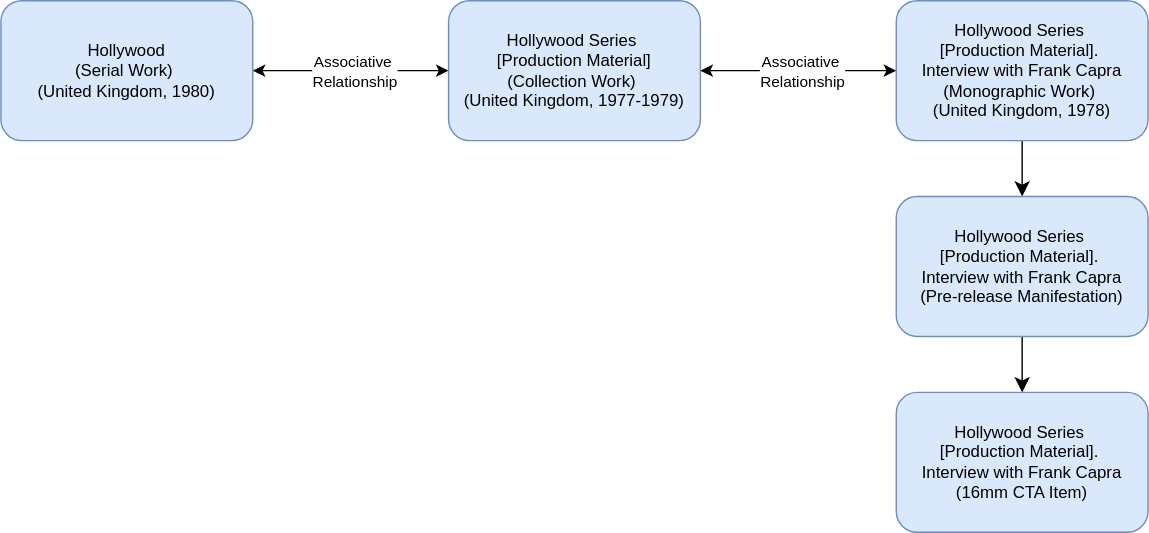
Before: markdown/diagrams/title_type_06.drawio.svg, a diagram exported from draw.io (FIAF/fiaf-cataloguing-manual). Source tidied: cells renumbered, new cells last; positions are measured from the earlier drawing's top-left corner, leaving out a move shared by most shapes.
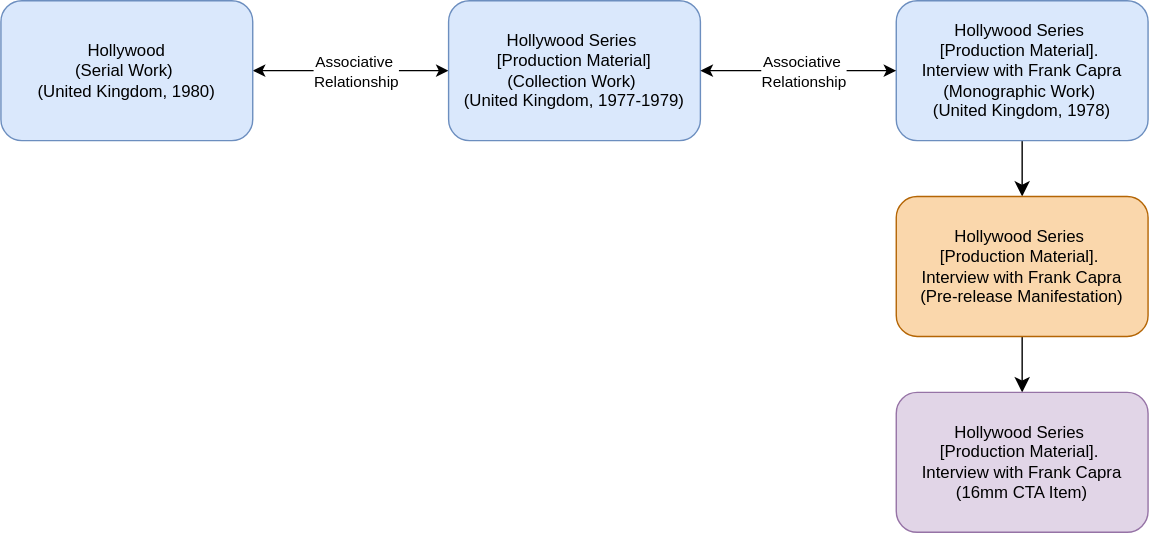
The same diagram one commit later.

Change to the diagram source:
```diff
@@ -2,40 +2,90 @@
   <root>
     <mxCell id="0" />
     <mxCell id="1" parent="0" />
+    <mxCell id="17" style="edgeStyle=orthogonalEdgeStyle;rounded=0;orthogonalLoop=1;jettySize=auto;html=1;exitX=0.5;exitY=1;exitDx=0;exitDy=0;entryX=0.5;entryY=0;entryDx=0;entryDy=0;fontSize=12;startSize=8;endSize=8;" parent="1" edge="1">
+      <mxGeometry relative="1" as="geometry">
+        <mxPoint x="710" y="420" as="targetPoint" />
+      </mxGeometry>
+    </mxCell>
+    <mxCell id="18" style="edgeStyle=orthogonalEdgeStyle;rounded=0;orthogonalLoop=1;jettySize=auto;html=1;exitX=0.5;exitY=1;exitDx=0;exitDy=0;entryX=0.5;entryY=0;entryDx=0;entryDy=0;fontSize=12;startSize=8;endSize=8;" parent="1" edge="1">
+      <mxGeometry relative="1" as="geometry">
+        <mxPoint x="890" y="420" as="targetPoint" />
+      </mxGeometry>
+    </mxCell>
+    <mxCell id="19" style="edgeStyle=none;curved=1;rounded=0;orthogonalLoop=1;jettySize=auto;html=1;exitX=0.5;exitY=1;exitDx=0;exitDy=0;entryX=0.5;entryY=0;entryDx=0;entryDy=0;fontSize=12;startSize=8;endSize=8;" parent="1" edge="1">
+      <mxGeometry relative="1" as="geometry">
+        <mxPoint x="530" y="380" as="sourcePoint" />
+      </mxGeometry>
+    </mxCell>
+    <mxCell id="20" style="edgeStyle=orthogonalEdgeStyle;rounded=0;orthogonalLoop=1;jettySize=auto;html=1;exitX=0.5;exitY=1;exitDx=0;exitDy=0;entryX=0.5;entryY=0;entryDx=0;entryDy=0;fontSize=12;startSize=8;endSize=8;" parent="1" edge="1">
+      <mxGeometry relative="1" as="geometry">
+        <mxPoint x="710" y="420" as="targetPoint" />
+      </mxGeometry>
+    </mxCell>
+    <mxCell id="21" style="edgeStyle=orthogonalEdgeStyle;rounded=0;orthogonalLoop=1;jettySize=auto;html=1;exitX=0.5;exitY=1;exitDx=0;exitDy=0;entryX=0.5;entryY=0;entryDx=0;entryDy=0;fontSize=12;startSize=8;endSize=8;" parent="1" edge="1">
+      <mxGeometry relative="1" as="geometry">
+        <mxPoint x="890" y="420" as="targetPoint" />
+      </mxGeometry>
+    </mxCell>
+    <mxCell id="22" style="edgeStyle=none;curved=1;rounded=0;orthogonalLoop=1;jettySize=auto;html=1;exitX=0.5;exitY=1;exitDx=0;exitDy=0;entryX=0.5;entryY=0;entryDx=0;entryDy=0;fontSize=12;startSize=8;endSize=8;" parent="1" edge="1">
+      <mxGeometry relative="1" as="geometry">
+        <mxPoint x="530" y="380" as="sourcePoint" />
+      </mxGeometry>
+    </mxCell>
+    <mxCell id="23" style="edgeStyle=orthogonalEdgeStyle;rounded=0;orthogonalLoop=1;jettySize=auto;html=1;exitX=0.25;exitY=1;exitDx=0;exitDy=0;entryX=0.5;entryY=0;entryDx=0;entryDy=0;fontSize=12;startSize=8;endSize=8;" parent="1" edge="1">
+      <mxGeometry relative="1" as="geometry">
+        <mxPoint x="359" y="230" as="sourcePoint" />
+      </mxGeometry>
+    </mxCell>
+    <mxCell id="24" style="edgeStyle=orthogonalEdgeStyle;rounded=0;orthogonalLoop=1;jettySize=auto;html=1;exitX=0.75;exitY=1;exitDx=0;exitDy=0;entryX=0.5;entryY=0;entryDx=0;entryDy=0;fontSize=12;startSize=8;endSize=8;" parent="1" edge="1">
+      <mxGeometry relative="1" as="geometry">
+        <mxPoint x="439" y="230" as="sourcePoint" />
+      </mxGeometry>
+    </mxCell>
+    <mxCell id="25" style="edgeStyle=none;curved=1;rounded=0;orthogonalLoop=1;jettySize=auto;html=1;exitX=0.5;exitY=1;exitDx=0;exitDy=0;fontSize=12;startSize=8;endSize=8;" parent="1" edge="1">
+      <mxGeometry relative="1" as="geometry">
+        <mxPoint x="669" y="230" as="sourcePoint" />
+      </mxGeometry>
+    </mxCell>
+    <mxCell id="26" style="edgeStyle=none;curved=1;rounded=0;orthogonalLoop=1;jettySize=auto;html=1;exitX=0.5;exitY=1;exitDx=0;exitDy=0;entryX=0.5;entryY=0;entryDx=0;entryDy=0;fontSize=12;startSize=8;endSize=8;" parent="1" edge="1">
+      <mxGeometry relative="1" as="geometry">
+        <mxPoint x="129" y="230" as="sourcePoint" />
+      </mxGeometry>
+    </mxCell>
     <mxCell id="2" style="edgeStyle=orthogonalEdgeStyle;rounded=0;jettySize=auto;html=1;exitX=1;exitY=0.5;exitDx=0;exitDy=0;entryX=0;entryY=0.5;entryDx=0;entryDy=0;startArrow=classic;startFill=1;spacingLeft=2;" parent="1" edge="1" source="4" target="5">
       <mxGeometry relative="1" as="geometry" />
     </mxCell>
-    <mxCell id="3" value="&lt;div&gt;Associative&amp;nbsp;&lt;/div&gt;&lt;div&gt;Relationship&lt;/div&gt;" style="edgeLabel;html=1;align=center;verticalAlign=middle;" parent="2" vertex="1">
-      <mxGeometry x="-0.16" y="1" relative="1" as="geometry">
-        <mxPoint x="14" y="1" as="offset" />
-      </mxGeometry>
-    </mxCell>
+    <mxCell id="27" value="&lt;div&gt;Associative&amp;nbsp;&lt;/div&gt;&lt;div&gt;Relationship&lt;/div&gt;" style="edgeLabel;html=1;align=center;verticalAlign=middle;" parent="2" vertex="1">
+      <mxGeometry x="-0.16" y="1" relative="1" as="geometry">
+        <mxPoint x="14" y="1" as="offset" />
+      </mxGeometry>
+    </mxCell>
     <mxCell id="4" value="Hollywood&lt;br&gt;&lt;div&gt;(Serial Work)&amp;nbsp;&lt;/div&gt;&lt;div&gt;(United Kingdom, 1980)&lt;/div&gt;" style="rounded=1;whiteSpace=wrap;html=1;fillColor=#dae8fc;strokeColor=#6c8ebf;" parent="1" vertex="1">
       <mxGeometry width="180" height="100" as="geometry" />
     </mxCell>
     <mxCell id="5" value="&lt;div&gt;Hollywood Series&amp;nbsp;&lt;/div&gt;&lt;div&gt;[Production Material]&lt;/div&gt;&lt;div&gt;(Collection Work)&amp;nbsp;&lt;/div&gt;&lt;div&gt;(United Kingdom, 1977-1979)&lt;/div&gt;" style="rounded=1;whiteSpace=wrap;html=1;fillColor=#dae8fc;strokeColor=#6c8ebf;" parent="1" vertex="1">
       <mxGeometry x="320" width="180" height="100" as="geometry" />
     </mxCell>
-    <mxCell id="6" style="edgeStyle=orthogonalEdgeStyle;rounded=0;jettySize=auto;html=1;exitX=0.25;exitY=1;exitDx=0;exitDy=0;entryX=0.5;entryY=0;entryDx=0;entryDy=0;fontSize=12;startSize=8;endSize=8;" parent="1" edge="1" target="x">
-      <mxGeometry relative="1" as="geometry">
-        <mxPoint x="360" y="230" as="sourcePoint" />
-      </mxGeometry>
-    </mxCell>
-    <mxCell id="7" style="edgeStyle=orthogonalEdgeStyle;rounded=0;jettySize=auto;html=1;exitX=0.75;exitY=1;exitDx=0;exitDy=0;entryX=0.5;entryY=0;entryDx=0;entryDy=0;fontSize=12;startSize=8;endSize=8;" parent="1" edge="1" target="x">
-      <mxGeometry relative="1" as="geometry">
-        <mxPoint x="440" y="230" as="sourcePoint" />
-      </mxGeometry>
-    </mxCell>
-    <mxCell id="8" style="edgeStyle=none;curved=1;rounded=0;jettySize=auto;html=1;exitX=0.5;exitY=1;exitDx=0;exitDy=0;fontSize=12;startSize=8;endSize=8;" parent="1" edge="1" target="x">
-      <mxGeometry relative="1" as="geometry">
-        <mxPoint x="670" y="230" as="sourcePoint" />
-      </mxGeometry>
-    </mxCell>
-    <mxCell id="9" style="edgeStyle=none;curved=1;rounded=0;jettySize=auto;html=1;exitX=0.5;exitY=1;exitDx=0;exitDy=0;entryX=0.5;entryY=0;entryDx=0;entryDy=0;fontSize=12;startSize=8;endSize=8;" parent="1" edge="1" target="x">
-      <mxGeometry relative="1" as="geometry">
-        <mxPoint x="130" y="230" as="sourcePoint" />
-      </mxGeometry>
-    </mxCell>
+    <mxCell id="28" style="edgeStyle=orthogonalEdgeStyle;rounded=0;orthogonalLoop=1;jettySize=auto;html=1;exitX=0.25;exitY=1;exitDx=0;exitDy=0;entryX=0.5;entryY=0;entryDx=0;entryDy=0;fontSize=12;startSize=8;endSize=8;" parent="1" edge="1">
+      <mxGeometry relative="1" as="geometry">
+        <mxPoint x="360" y="230" as="sourcePoint" />
+      </mxGeometry>
+    </mxCell>
+    <mxCell id="29" style="edgeStyle=orthogonalEdgeStyle;rounded=0;orthogonalLoop=1;jettySize=auto;html=1;exitX=0.75;exitY=1;exitDx=0;exitDy=0;entryX=0.5;entryY=0;entryDx=0;entryDy=0;fontSize=12;startSize=8;endSize=8;" parent="1" edge="1">
+      <mxGeometry relative="1" as="geometry">
+        <mxPoint x="440" y="230" as="sourcePoint" />
+      </mxGeometry>
+    </mxCell>
+    <mxCell id="30" style="edgeStyle=none;curved=1;rounded=0;orthogonalLoop=1;jettySize=auto;html=1;exitX=0.5;exitY=1;exitDx=0;exitDy=0;fontSize=12;startSize=8;endSize=8;" parent="1" edge="1">
+      <mxGeometry relative="1" as="geometry">
+        <mxPoint x="670" y="230" as="sourcePoint" />
+      </mxGeometry>
+    </mxCell>
+    <mxCell id="31" style="edgeStyle=none;curved=1;rounded=0;orthogonalLoop=1;jettySize=auto;html=1;exitX=0.5;exitY=1;exitDx=0;exitDy=0;entryX=0.5;entryY=0;entryDx=0;entryDy=0;fontSize=12;startSize=8;endSize=8;" parent="1" edge="1">
+      <mxGeometry relative="1" as="geometry">
+        <mxPoint x="130" y="230" as="sourcePoint" />
+      </mxGeometry>
+    </mxCell>
     <mxCell id="10" style="edgeStyle=none;curved=1;rounded=0;jettySize=auto;html=1;exitX=0.5;exitY=1;exitDx=0;exitDy=0;entryX=0.5;entryY=0;entryDx=0;entryDy=0;fontSize=12;startSize=8;endSize=8;" parent="1" edge="1" source="11" target="15">
       <mxGeometry relative="1" as="geometry" />
     </mxCell>
@@ -45,18 +95,18 @@
     <mxCell id="12" style="edgeStyle=orthogonalEdgeStyle;rounded=0;jettySize=auto;html=1;entryX=0;entryY=0.5;entryDx=0;entryDy=0;startArrow=classic;startFill=1;spacingLeft=2;exitX=1;exitY=0.5;exitDx=0;exitDy=0;" parent="1" edge="1" source="5" target="11">
       <mxGeometry relative="1" as="geometry" />
     </mxCell>
-    <mxCell id="13" value="&lt;div&gt;Associative&amp;nbsp;&lt;/div&gt;&lt;div&gt;Relationship&lt;/div&gt;" style="edgeLabel;html=1;align=center;verticalAlign=middle;" parent="12" vertex="1">
-      <mxGeometry x="-0.16" y="1" relative="1" as="geometry">
-        <mxPoint x="14" y="1" as="offset" />
-      </mxGeometry>
-    </mxCell>
+    <mxCell id="32" value="&lt;div&gt;Associative&amp;nbsp;&lt;/div&gt;&lt;div&gt;Relationship&lt;/div&gt;" style="edgeLabel;html=1;align=center;verticalAlign=middle;" parent="12" vertex="1">
+      <mxGeometry x="-0.16" y="1" relative="1" as="geometry">
+        <mxPoint x="14" y="1" as="offset" />
+      </mxGeometry>
+    </mxCell>
     <mxCell id="14" style="edgeStyle=none;curved=1;rounded=0;jettySize=auto;html=1;exitX=0.5;exitY=1;exitDx=0;exitDy=0;entryX=0.5;entryY=0;entryDx=0;entryDy=0;fontSize=12;startSize=8;endSize=8;" parent="1" edge="1" source="15" target="16">
       <mxGeometry relative="1" as="geometry" />
     </mxCell>
-    <mxCell id="15" value="&lt;div&gt;Hollywood Series&amp;nbsp;&lt;/div&gt;&lt;div&gt;[Production Material].&amp;nbsp;&lt;/div&gt;&lt;div&gt;Interview with Frank Capra&lt;/div&gt;(Pre-release Manifestation)" style="rounded=1;whiteSpace=wrap;html=1;fillColor=#dae8fc;strokeColor=#6c8ebf;" parent="1" vertex="1">
+    <mxCell id="15" value="&lt;div&gt;Hollywood Series&amp;nbsp;&lt;/div&gt;&lt;div&gt;[Production Material].&amp;nbsp;&lt;/div&gt;&lt;div&gt;Interview with Frank Capra&lt;/div&gt;(Pre-release Manifestation)" style="rounded=1;whiteSpace=wrap;html=1;fillColor=#fad7ac;strokeColor=#b46504;" parent="1" vertex="1">
       <mxGeometry x="640" y="140" width="180" height="100" as="geometry" />
     </mxCell>
-    <mxCell id="16" value="&lt;div&gt;Hollywood Series&amp;nbsp;&lt;/div&gt;&lt;div&gt;[Production Material].&amp;nbsp;&lt;/div&gt;&lt;div&gt;Interview with Frank Capra&lt;/div&gt;(16mm CTA Item)" style="rounded=1;whiteSpace=wrap;html=1;fillColor=#dae8fc;strokeColor=#6c8ebf;" parent="1" vertex="1">
+    <mxCell id="16" value="&lt;div&gt;Hollywood Series&amp;nbsp;&lt;/div&gt;&lt;div&gt;[Production Material].&amp;nbsp;&lt;/div&gt;&lt;div&gt;Interview with Frank Capra&lt;/div&gt;(16mm CTA Item)" style="rounded=1;whiteSpace=wrap;html=1;fillColor=#e1d5e7;strokeColor=#9673a6;" parent="1" vertex="1">
       <mxGeometry x="640" y="280" width="180" height="100" as="geometry" />
     </mxCell>
   </root>
```
